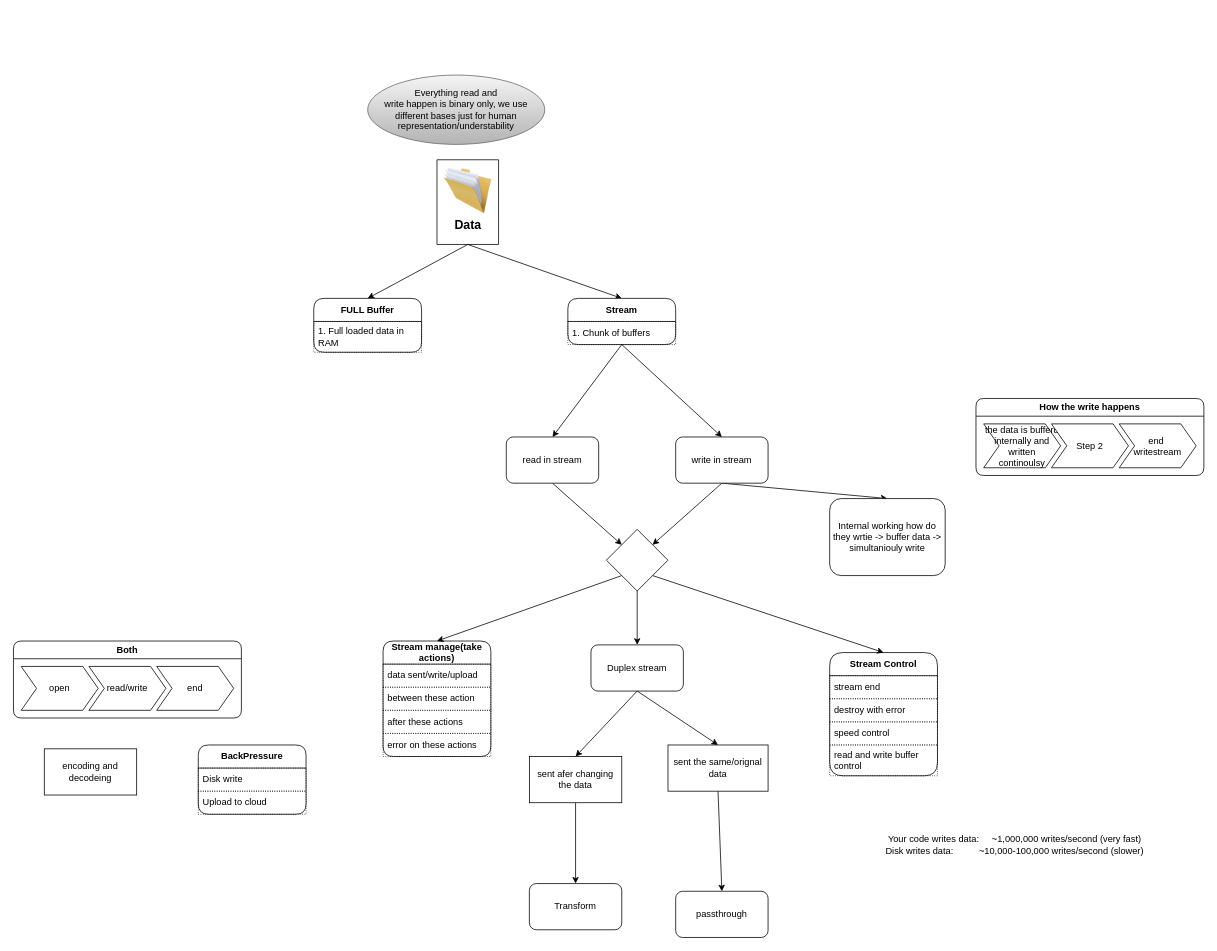
This is Other-Concepts/realTimeEvents/stream.dio from knkrn5/Programming-Concepts, a draw.io file, before an edit. Source tidied: cells renumbered, new cells numbered last; positions are measured from the earlier drawing's top-left corner, leaving out a move shared by most shapes. Both pictures are drawn from the tidied source at 77%, with x=0, y=0 at pixel (13, 75).
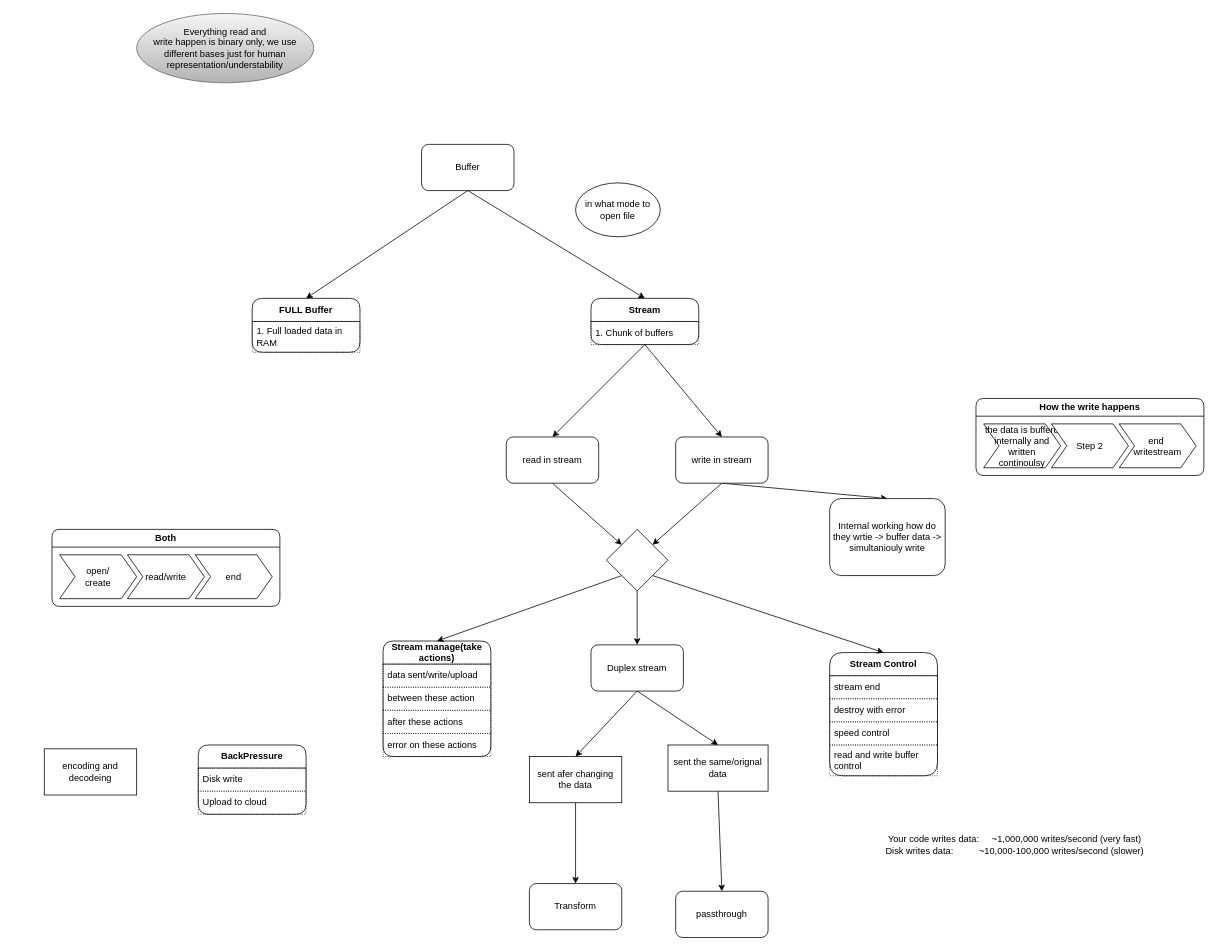
The same page after the edit.

Change to the diagram source:
```diff
@@
-    <mxCell id="4" style="edgeStyle=none;html=1;exitX=0.5;exitY=1;exitDx=0;exitDy=0;entryX=0.5;entryY=0;entryDx=0;entryDy=0;" parent="1" edge="1" source="6" target="29">
+    <mxCell id="4" style="edgeStyle=none;html=1;entryX=0.5;entryY=0;entryDx=0;entryDy=0;exitX=0.5;exitY=1;exitDx=0;exitDy=0;" parent="1" edge="1" source="57" target="29">
       <mxGeometry relative="1" as="geometry" />
     </mxCell>
-    <mxCell id="5" style="edgeStyle=none;html=1;exitX=0.5;exitY=1;exitDx=0;exitDy=0;entryX=0.5;entryY=0;entryDx=0;entryDy=0;" parent="1" edge="1" source="6" target="14">
+    <mxCell id="5" style="edgeStyle=none;html=1;exitX=0.5;exitY=1;exitDx=0;exitDy=0;entryX=0.5;entryY=0;entryDx=0;entryDy=0;" parent="1" edge="1" source="57" target="14">
       <mxGeometry relative="1" as="geometry" />
     </mxCell>
-    <mxCell id="6" style="swimlane;startSize=0;" parent="1" vertex="1">
-      <mxGeometry x="550" y="110" width="80" height="110" as="geometry" />
-    </mxCell>
-    <mxCell id="7" style="image;html=1;image=img/lib/clip_art/general/Full_Folder_128x128.png;" parent="6" vertex="1">
-      <mxGeometry y="10" width="80" height="60" as="geometry" />
-    </mxCell>
-    <mxCell id="8" value="&lt;b&gt;&lt;font style=&quot;font-size: 16px;&quot;&gt;Data&lt;/font&gt;&lt;/b&gt;" style="text;html=1;align=center;verticalAlign=middle;strokeColor=none;fillColor=none;" parent="6" vertex="1">
-      <mxGeometry x="10" y="70" width="60" height="30" as="geometry" />
-    </mxCell>
@@
     <mxCell id="14" value="&lt;b&gt;Stream&lt;/b&gt;" style="swimlane;fontStyle=0;horizontal=1;startSize=30;whiteSpace=wrap;html=1;rounded=1;" parent="1" vertex="1">
-      <mxGeometry x="720" y="290" width="140" height="60" as="geometry" />
+      <mxGeometry x="750" y="290" width="140" height="60" as="geometry" />
     </mxCell>
@@
     <mxCell id="29" value="&lt;b&gt;FULL Buffer&lt;/b&gt;" style="swimlane;fontStyle=0;horizontal=1;startSize=30;whiteSpace=wrap;html=1;rounded=1;" parent="1" vertex="1">
-      <mxGeometry x="390" y="290" width="140" height="70" as="geometry" />
+      <mxGeometry x="310" y="290" width="140" height="70" as="geometry" />
     </mxCell>
@@
     <mxCell id="31" value="&lt;font style=&quot;color: light-dark(rgb(0, 0, 0), rgb(255, 255, 255));&quot;&gt;Everything read and&lt;/font&gt;&lt;div&gt;&lt;font style=&quot;color: light-dark(rgb(0, 0, 0), rgb(255, 255, 255));&quot;&gt;write happen is binary only, we use different bases just for human representation/understability&lt;/font&gt;&lt;/div&gt;" style="ellipse;whiteSpace=wrap;html=1;fillColor=#f5f5f5;gradientColor=#b3b3b3;strokeColor=#666666;" parent="1" vertex="1">
-      <mxGeometry x="460" width="230" height="90" as="geometry" />
+      <mxGeometry x="160" y="-80" width="230" height="90" as="geometry" />
     </mxCell>
@@
     <mxCell id="33" value="Both" style="swimlane;horizontal=1;fillColor=none;strokeColor=default;stackBorder=10;align=center;whiteSpace=wrap;html=1;rounded=1;" parent="1" vertex="1">
-      <mxGeometry y="735" width="296" height="100" as="geometry" />
+      <mxGeometry x="50" y="590" width="296" height="100" as="geometry" />
     </mxCell>
-    <mxCell id="34" value="open" style="shape=step;perimeter=stepPerimeter;fixedSize=1;whiteSpace=wrap;html=1;" parent="33" vertex="1">
+    <mxCell id="34" value="&lt;font style=&quot;color: light-dark(rgb(0, 0, 0), rgb(255, 255, 255));&quot;&gt;open/&lt;/font&gt;&lt;div&gt;&lt;font style=&quot;color: light-dark(rgb(0, 0, 0), rgb(255, 255, 255));&quot;&gt;create&lt;/font&gt;&lt;/div&gt;" style="shape=step;perimeter=stepPerimeter;fixedSize=1;whiteSpace=wrap;html=1;" parent="33" vertex="1">
       <mxGeometry x="10" y="33" width="100" height="57" as="geometry" />
     </mxCell>
@@
+    <mxCell id="56" value="in what mode to open file" style="ellipse;whiteSpace=wrap;html=1;" parent="1" vertex="1">
+      <mxGeometry x="730" y="140" width="110" height="70" as="geometry" />
+    </mxCell>
+    <mxCell id="57" value="Buffer" style="rounded=1;whiteSpace=wrap;html=1;" parent="1" vertex="1">
+      <mxGeometry x="530" y="90" width="120" height="60" as="geometry" />
+    </mxCell>
```
